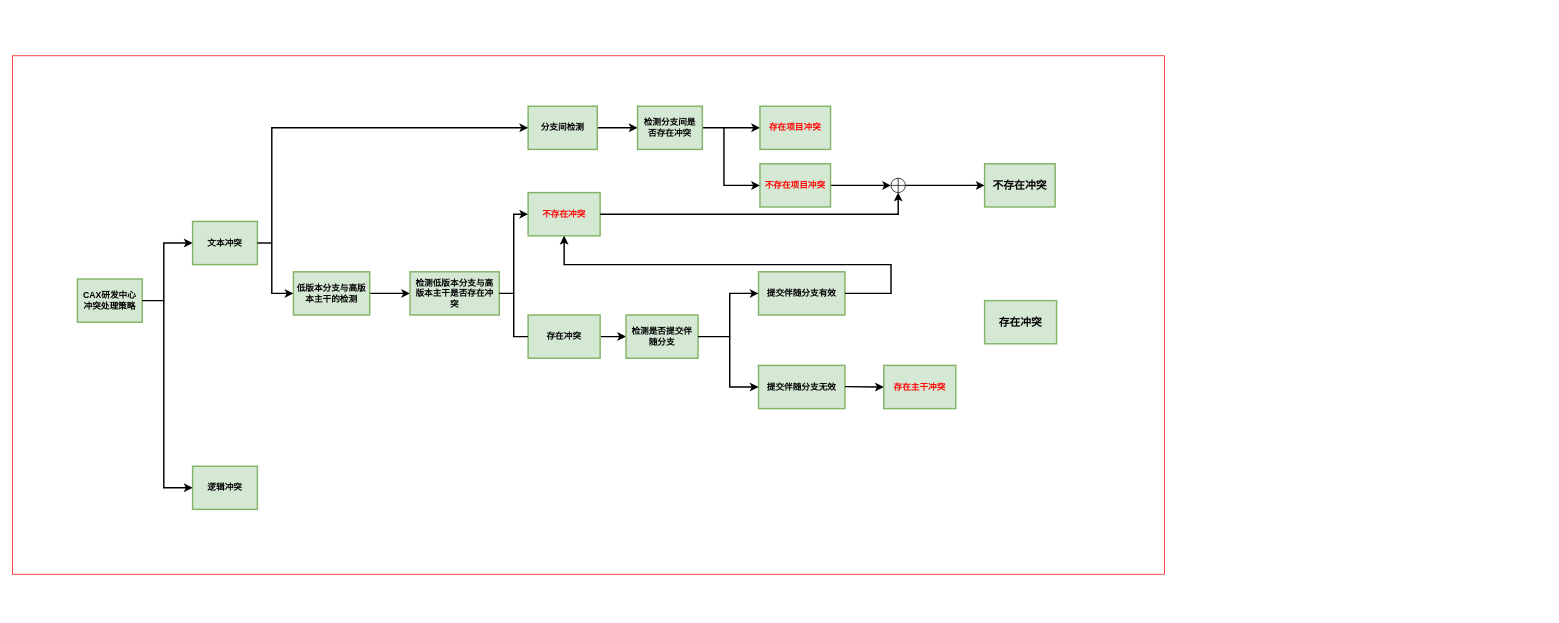
The draw.io diagram ConflictType.drawio in YingSi163/Effy, before the edit. Source tidied: cells renumbered, new cells numbered last; positions are measured from the earlier drawing's top-left corner, leaving out a move shared by most shapes. Both pictures are drawn from the tidied source at 72%, with x=0, y=0 at pixel (12, 55).
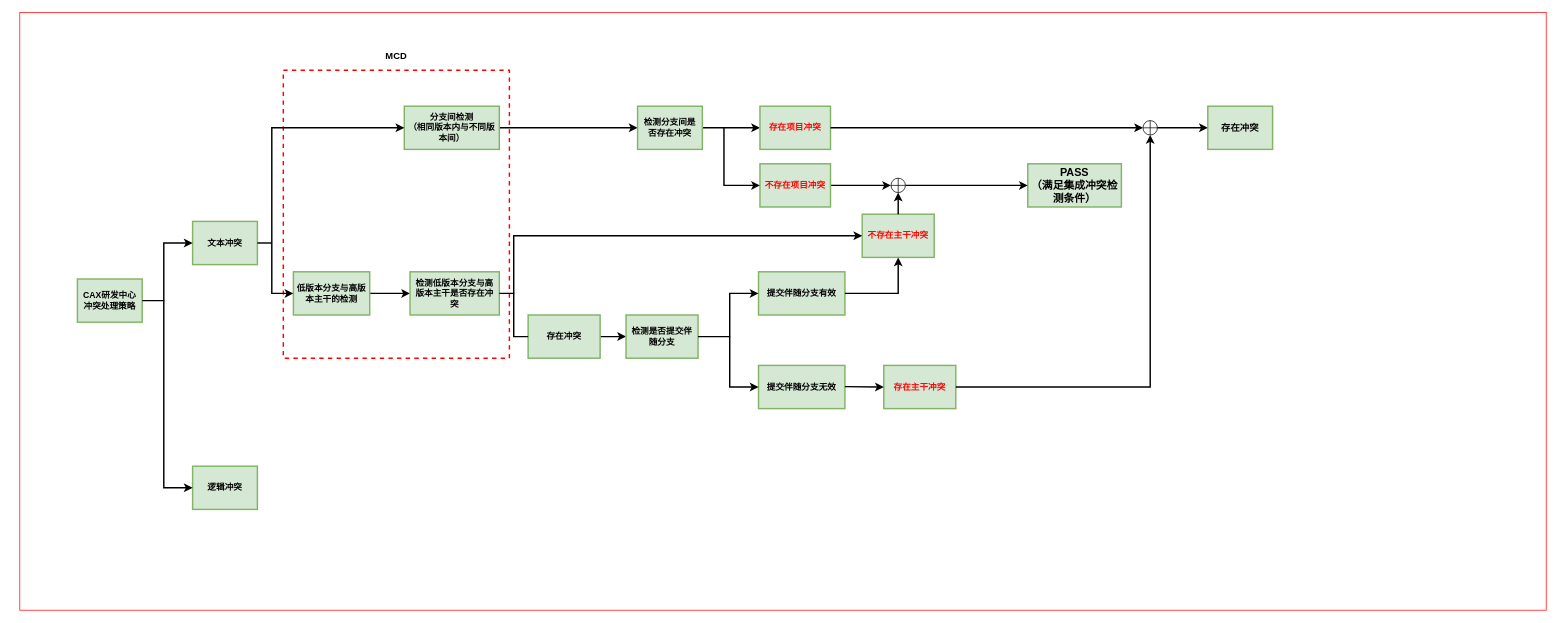
Above is the later version.

Unchanged cells that the change refers to:
```xml
<mxCell id="15" value="&lt;font color=&quot;#ff0000&quot;&gt;存在项目冲突&lt;/font&gt;" style="rounded=0;whiteSpace=wrap;html=1;fillColor=#d5e8d4;strokeColor=#82B366;strokeWidth=2;sketch=0;glass=0;shadow=0;spacing=6;fontStyle=1;" parent="1" vertex="1">
  <mxGeometry x="1038" y="70" width="98" height="60" as="geometry" />
</mxCell>
<mxCell id="28" value="提交伴随分支有效" style="rounded=0;whiteSpace=wrap;html=1;fillColor=#d5e8d4;strokeColor=#82B366;strokeWidth=2;sketch=0;glass=0;shadow=0;spacing=7;fontStyle=1;" parent="1" vertex="1">
  <mxGeometry x="1036" y="300" width="120" height="60" as="geometry" />
</mxCell>
<mxCell id="32" value="&lt;font color=&quot;#ff0000&quot;&gt;存在主干冲突&lt;/font&gt;" style="rounded=0;whiteSpace=wrap;html=1;fillColor=#d5e8d4;strokeColor=#82B366;strokeWidth=2;sketch=0;glass=0;shadow=0;spacing=7;fontStyle=1;" parent="1" vertex="1">
  <mxGeometry x="1210" y="430" width="100" height="60" as="geometry" />
</mxCell>
<mxCell id="37" style="shape=orEllipse;perimeter=ellipsePerimeter;whiteSpace=wrap;html=1;backgroundOutline=1;" parent="1" vertex="1">
  <mxGeometry x="1220" y="170" width="20" height="20" as="geometry" />
</mxCell>
```

The edit, as a diff of the source:
```diff
@@
     <mxCell id="2" style="rounded=0;whiteSpace=wrap;html=1;fontSize=15;fontColor=#FF0000;strokeColor=#FF0000;" parent="1" vertex="1">
-      <mxGeometry width="1600" height="720" as="geometry" />
+      <mxGeometry x="10" y="-60" width="2120" height="830" as="geometry" />
     </mxCell>
@@
+    <mxCell id="40" style="rounded=0;whiteSpace=wrap;html=1;fontSize=13;fontColor=#FF0000;strokeColor=#FF0000;dashed=1;strokeWidth=2;" parent="1" vertex="1">
+      <mxGeometry x="376" y="20" width="314" height="400" as="geometry" />
+    </mxCell>
@@
-    <mxCell id="9" value="分支间检测" style="rounded=0;whiteSpace=wrap;html=1;fillColor=#d5e8d4;strokeColor=#82B366;strokeWidth=2;sketch=0;glass=0;shadow=0;spacing=6;fontStyle=1;" parent="1" vertex="1">
-      <mxGeometry x="716" y="70" width="96" height="60" as="geometry" />
+    <mxCell id="9" value="分支间检测&lt;br&gt;（相同版本内与不同版本间）" style="rounded=0;whiteSpace=wrap;html=1;fillColor=#d5e8d4;strokeColor=#82B366;strokeWidth=2;sketch=0;glass=0;shadow=0;spacing=6;fontStyle=1;" parent="1" vertex="1">
+      <mxGeometry x="544" y="70" width="132" height="60" as="geometry" />
     </mxCell>
@@
-    <mxCell id="24" value="&lt;font color=&quot;#ff0000&quot;&gt;不存在冲突&lt;/font&gt;" style="rounded=0;whiteSpace=wrap;html=1;fillColor=#d5e8d4;strokeColor=#82B366;strokeWidth=2;sketch=0;glass=0;shadow=0;spacing=7;fontStyle=1;" parent="1" vertex="1">
-      <mxGeometry x="716" y="190" width="100" height="60" as="geometry" />
+    <mxCell id="24" value="&lt;font color=&quot;#ff0000&quot;&gt;不存在主干冲突&lt;/font&gt;" style="rounded=0;whiteSpace=wrap;html=1;fillColor=#d5e8d4;strokeColor=#82B366;strokeWidth=2;sketch=0;glass=0;shadow=0;spacing=7;fontStyle=1;" parent="1" vertex="1">
+      <mxGeometry x="1180" y="220" width="100" height="60" as="geometry" />
     </mxCell>
@@
     <mxCell id="27" style="endArrow=classic;html=1;rounded=0;fontColor=#FF0000;strokeWidth=2;entryX=0;entryY=0.5;entryDx=0;entryDy=0;" parent="1" edge="1" target="24">
       <mxGeometry relative="1" as="geometry">
         <mxPoint x="696" y="330" as="sourcePoint" />
         <Array as="points">
-          <mxPoint x="696" y="220" />
+          <mxPoint x="696" y="250" />
         </Array>
       </mxGeometry>
     </mxCell>
@@
-    <mxCell id="34" value="&lt;font style=&quot;font-size: 15px;&quot;&gt;存在冲突&lt;/font&gt;" style="rounded=0;whiteSpace=wrap;html=1;fillColor=#d5e8d4;strokeColor=#82B366;strokeWidth=2;sketch=0;glass=0;shadow=0;spacing=7;fontStyle=1;" parent="1" vertex="1">
-      <mxGeometry x="1350" y="340" width="100" height="60" as="geometry" />
-    </mxCell>
-    <mxCell id="35" value="&lt;font style=&quot;font-size: 15px;&quot;&gt;不存在冲突&lt;/font&gt;" style="rounded=0;whiteSpace=wrap;html=1;fillColor=#d5e8d4;strokeColor=#82B366;strokeWidth=2;sketch=0;glass=0;shadow=0;spacing=6;fontStyle=1;" parent="1" vertex="1">
-      <mxGeometry x="1350" y="150" width="98" height="60" as="geometry" />
+    <mxCell id="35" value="&lt;font style=&quot;font-size: 15px;&quot;&gt;PASS&lt;br&gt;（满足集成冲突检测条件）&lt;br&gt;&lt;/font&gt;" style="rounded=0;whiteSpace=wrap;html=1;fillColor=#d5e8d4;strokeColor=#82B366;strokeWidth=2;sketch=0;glass=0;shadow=0;spacing=6;fontStyle=1;" parent="1" vertex="1">
+      <mxGeometry x="1410" y="150" width="130" height="60" as="geometry" />
     </mxCell>
@@
+    <mxCell id="39" style="endArrow=classic;html=1;rounded=0;fontSize=15;fontColor=#FF0000;strokeWidth=2;exitX=1;exitY=0.5;exitDx=0;exitDy=0;entryX=0.5;entryY=1;entryDx=0;entryDy=0;" parent="1" edge="1" source="28" target="24">
+      <mxGeometry relative="1" as="geometry">
+        <Array as="points">
+          <mxPoint x="1230" y="330" />
+        </Array>
+      </mxGeometry>
+    </mxCell>
-    <mxCell id="38" style="edgeStyle=segmentEdgeStyle;endArrow=classic;html=1;rounded=0;strokeWidth=2;entryX=0.5;entryY=1;entryDx=0;entryDy=0;exitX=1;exitY=0.5;exitDx=0;exitDy=0;" parent="1" edge="1" source="24" target="37">
+    <mxCell id="38" style="endArrow=classic;html=1;rounded=0;fontSize=15;fontColor=#FF0000;strokeWidth=2;exitX=0.5;exitY=0;exitDx=0;exitDy=0;entryX=0.5;entryY=1;entryDx=0;entryDy=0;" parent="1" edge="1" source="24" target="37">
       <mxGeometry relative="1" as="geometry" />
     </mxCell>
-    <mxCell id="39" style="endArrow=classic;html=1;rounded=0;strokeWidth=2;entryX=0.5;entryY=1;entryDx=0;entryDy=0;exitX=1;exitY=0.5;exitDx=0;exitDy=0;" parent="1" edge="1" source="28" target="24">
-      <mxGeometry relative="1" as="geometry">
-        <Array as="points">
-          <mxPoint x="1220" y="330" />
-          <mxPoint x="1220" y="290" />
-          <mxPoint x="766" y="290" />
-        </Array>
-      </mxGeometry>
-    </mxCell>
+    <mxCell id="41" style="shape=orEllipse;perimeter=ellipsePerimeter;whiteSpace=wrap;html=1;backgroundOutline=1;" parent="1" vertex="1">
+      <mxGeometry x="1570" y="90" width="20" height="20" as="geometry" />
+    </mxCell>
+    <mxCell id="42" style="endArrow=classic;html=1;rounded=0;fontSize=15;fontColor=#FF0000;strokeWidth=2;exitX=1;exitY=0.5;exitDx=0;exitDy=0;entryX=0;entryY=0.5;entryDx=0;entryDy=0;" parent="1" edge="1" source="15" target="41">
+      <mxGeometry relative="1" as="geometry" />
+    </mxCell>
+    <mxCell id="43" value="&lt;font color=&quot;#000000&quot;&gt;&lt;b&gt;MCD&lt;/b&gt;&lt;/font&gt;" style="rounded=0;whiteSpace=wrap;html=1;dashed=1;fontSize=13;fontColor=#FF0000;strokeColor=#FFFFFF;strokeWidth=2;" parent="1" vertex="1">
+      <mxGeometry x="480" y="-10" width="106" height="20" as="geometry" />
+    </mxCell>
+    <mxCell id="44" style="endArrow=classic;html=1;rounded=0;fontSize=15;fontColor=#FF0000;strokeWidth=2;exitX=1;exitY=0.5;exitDx=0;exitDy=0;entryX=0.5;entryY=1;entryDx=0;entryDy=0;" parent="1" edge="1" source="32" target="41">
+      <mxGeometry relative="1" as="geometry">
+        <Array as="points">
+          <mxPoint x="1580" y="460" />
+        </Array>
+      </mxGeometry>
+    </mxCell>
+    <mxCell id="45" style="endArrow=classic;html=1;rounded=0;fontSize=15;fontColor=#FF0000;strokeWidth=2;exitX=1;exitY=0.5;exitDx=0;exitDy=0;entryX=0;entryY=0.5;entryDx=0;entryDy=0;" parent="1" edge="1" source="41" target="34">
+      <mxGeometry relative="1" as="geometry" />
+    </mxCell>
+    <mxCell id="34" value="&lt;font style=&quot;font-size: 13px;&quot;&gt;存在冲突&lt;/font&gt;" style="rounded=0;whiteSpace=wrap;html=1;fillColor=#d5e8d4;strokeColor=#82B366;strokeWidth=2;sketch=0;glass=0;shadow=0;spacing=6;fontStyle=1;" parent="1" vertex="1">
+      <mxGeometry x="1660" y="70" width="90" height="60" as="geometry" />
+    </mxCell>
```
